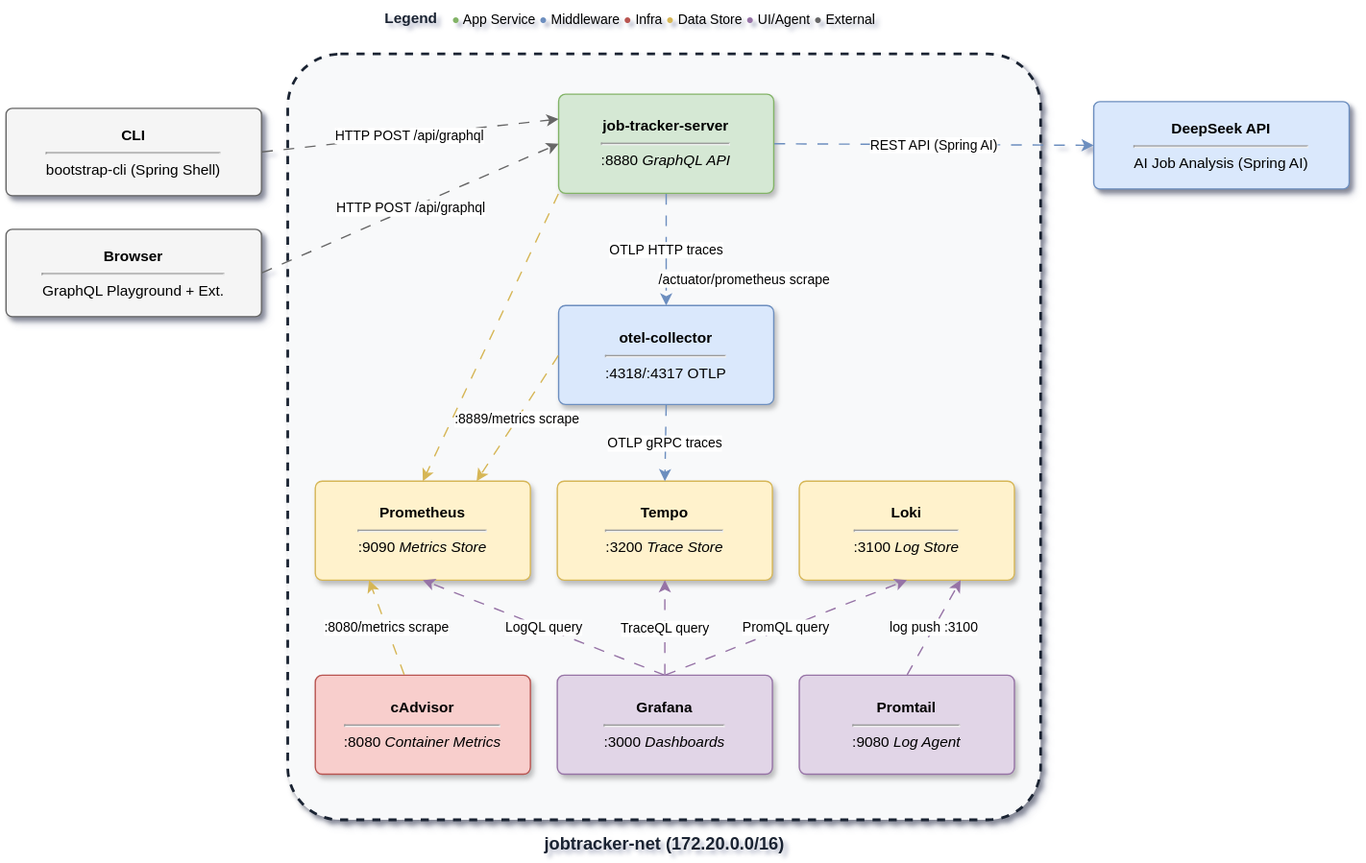
JuanPabloJimenezEsclusa/alexandra-job-tracker keeps this draw.io diagram as deploy/compose/images/ajt-docker-compose-diagram.svg. Above is the earlier version. Source tidied: cells renumbered, new cells last; positions are measured from the earlier drawing's top-left corner, leaving out a move shared by most shapes.
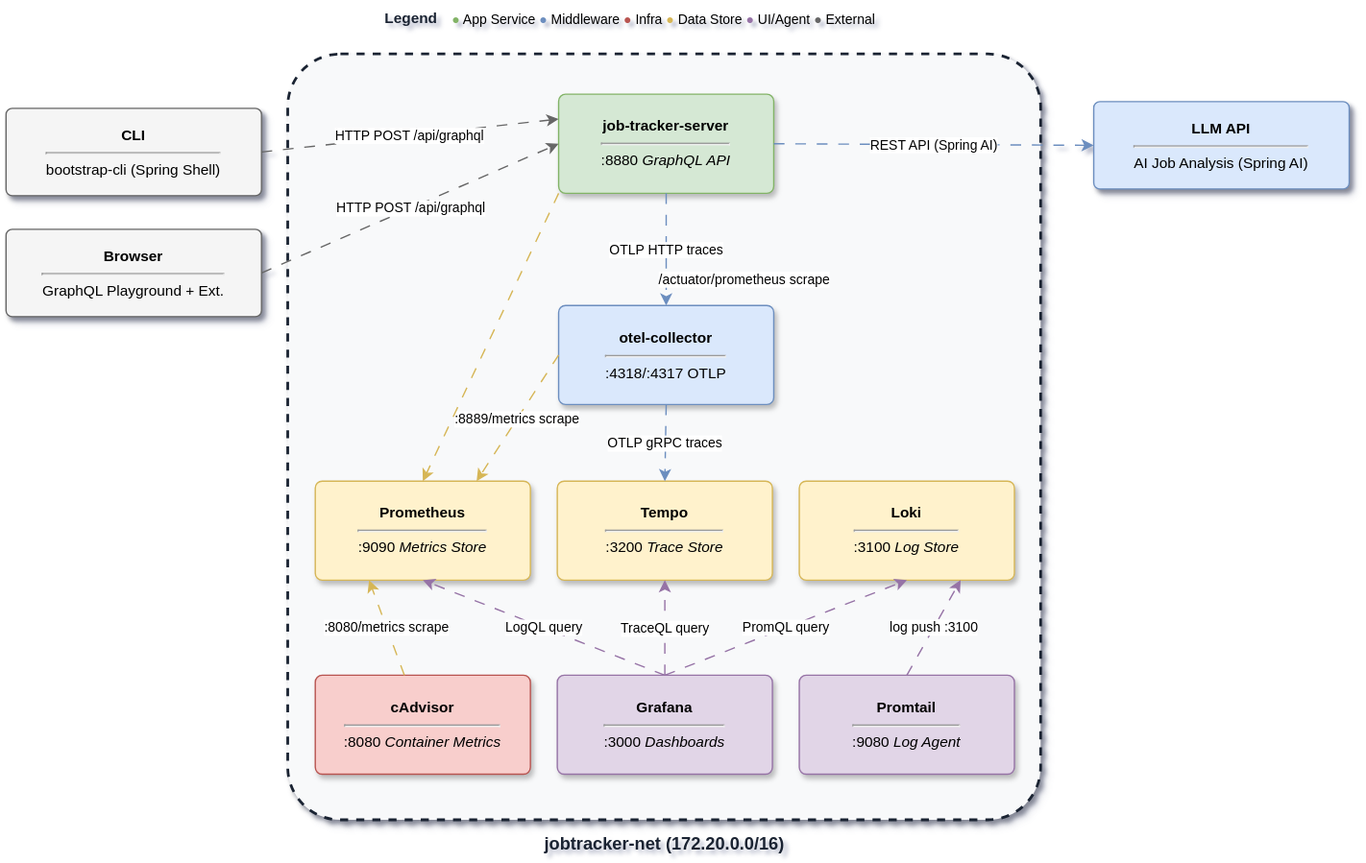
After the change.

Change to the diagram source:
```diff
@@ -64,7 +64,7 @@
     <mxCell id="21" value="&lt;b&gt;Browser&lt;/b&gt;&lt;hr&gt;GraphQL Playground + Ext." style="rounded=1;whiteSpace=wrap;html=1;fillColor=#f5f5f5;strokeColor=#666666;fontSize=11;arcSize=7;shadow=1;" parent="1" vertex="1">
       <mxGeometry y="170" width="190" height="65" as="geometry" />
     </mxCell>
-    <mxCell id="22" value="&lt;b&gt;DeepSeek API&lt;/b&gt;&lt;hr&gt;AI Job Analysis (Spring AI)" style="rounded=1;whiteSpace=wrap;html=1;fillColor=#dae8fc;strokeColor=#6c8ebf;fontSize=11;arcSize=7;shadow=1;" parent="1" vertex="1">
+    <mxCell id="22" value="&lt;b&gt;LLM API&lt;/b&gt;&lt;hr&gt;AI Job Analysis (Spring AI)" style="rounded=1;whiteSpace=wrap;html=1;fillColor=#dae8fc;strokeColor=#6c8ebf;fontSize=11;arcSize=7;shadow=1;" parent="1" vertex="1">
       <mxGeometry x="809" y="75" width="190" height="65" as="geometry" />
     </mxCell>
     <mxCell id="23" value="&lt;b&gt;Legend&lt;/b&gt;" style="text;html=1;fontSize=11;fontColor=#1a2332;align=left;" parent="1" vertex="1">
```
